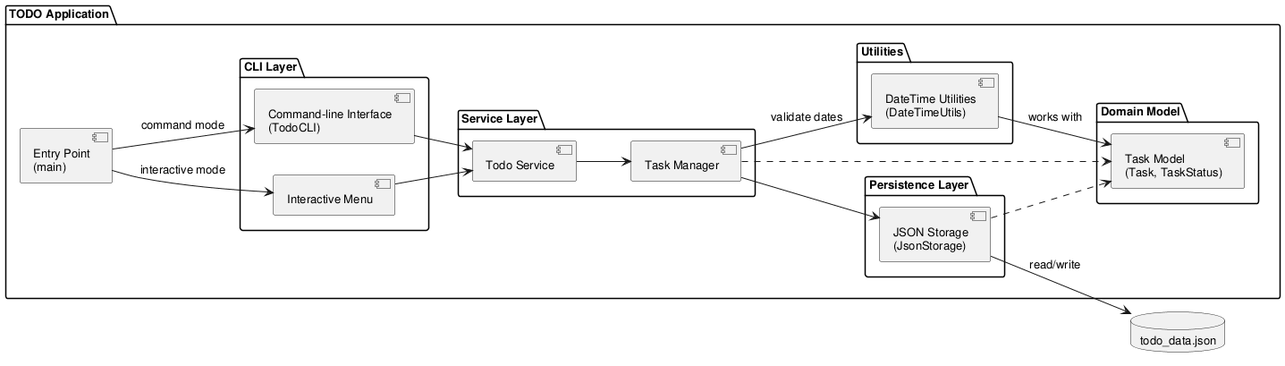
Above: experiments/supervisor_as_tools/user_stories/TODO/artifacts/component_diagram.png in DanielRiha8906/Software_autoevolution_using_agents (PlantUML), before the change.
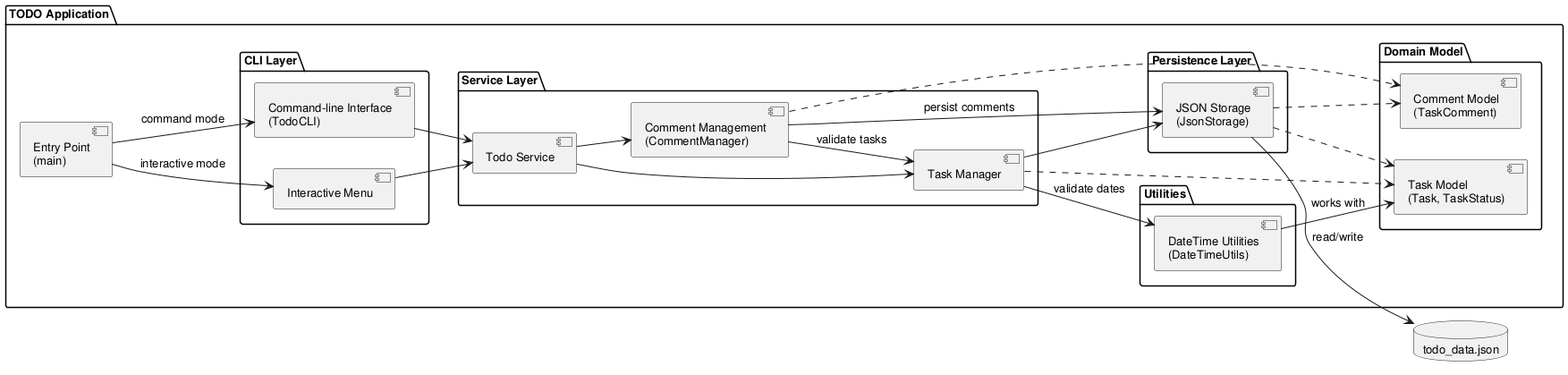
Later version of the same file.

The edit, as a diff of the source:
```diff
@@ -17,10 +17,12 @@
     package "Service Layer" {
         component "Todo Service" as SVC
         component "Task Manager" as MGR
+        component "Comment Management\n(CommentManager)" as CMT
     }
 
     package "Domain Model" {
         component "Task Model\n(Task, TaskStatus)" as Model
+        component "Comment Model\n(TaskComment)" as CommentModel
     }
 
     package "Utilities" {
@@ -41,10 +43,17 @@
 CLI --> SVC
 
 SVC --> MGR
+SVC --> CMT
+
 MGR --> Storage
 MGR --> DTUtils : validate dates
 MGR ..> Model
+CMT --> Storage : persist comments
+CMT --> MGR : validate tasks
+CMT ..> CommentModel
+
 Storage ..> Model
+Storage ..> CommentModel
 DTUtils --> Model : works with
 
 Storage --> DB : read/write
```
